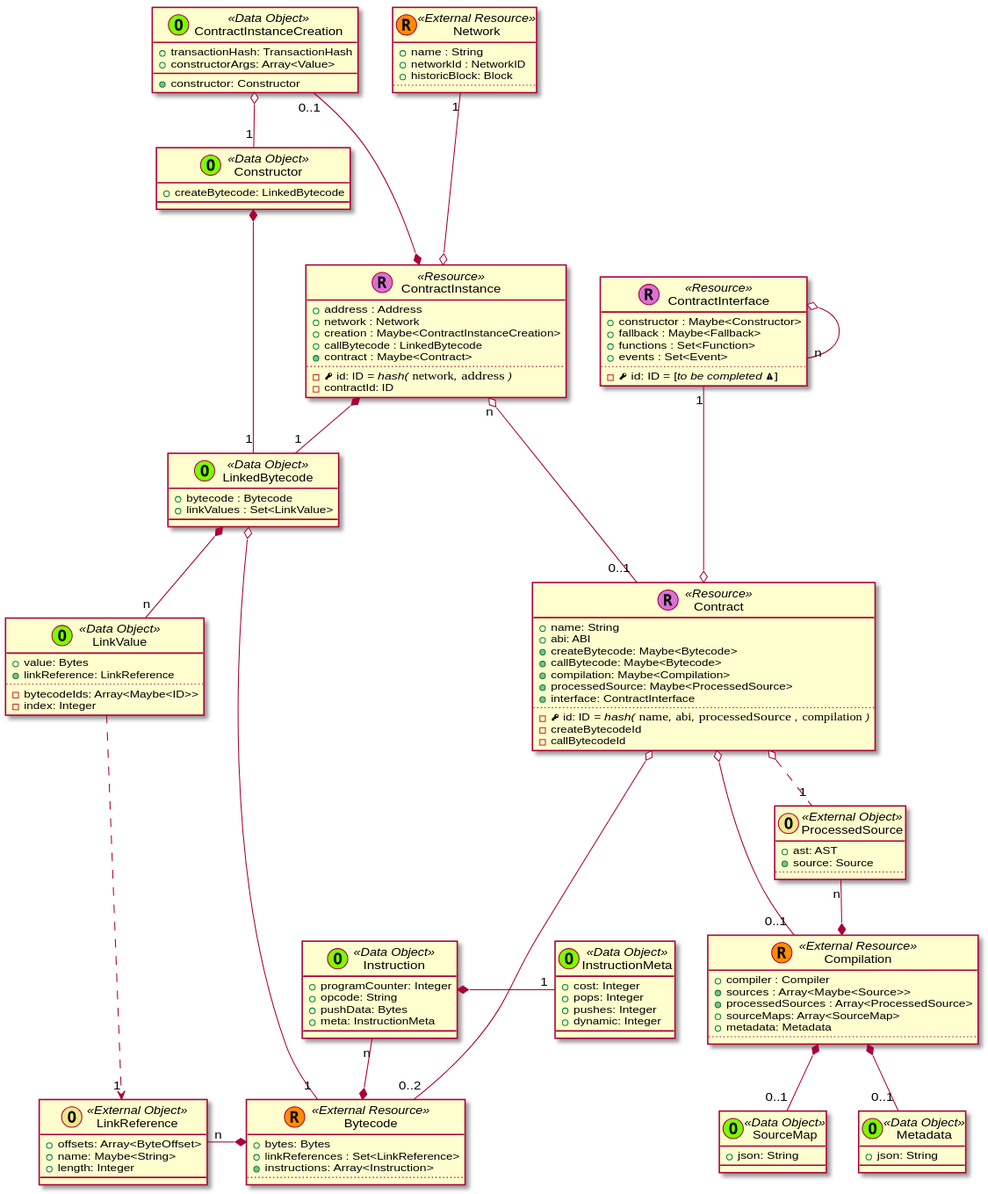
Before: contrib/trufflesuite/add-network-genealogy/_images/plantuml-b649dcaa87930366a2aff63a4e0f58b9bcdcd1de.svg, a diagram exported from PlantUML (trufflesuite/artifact-updates).
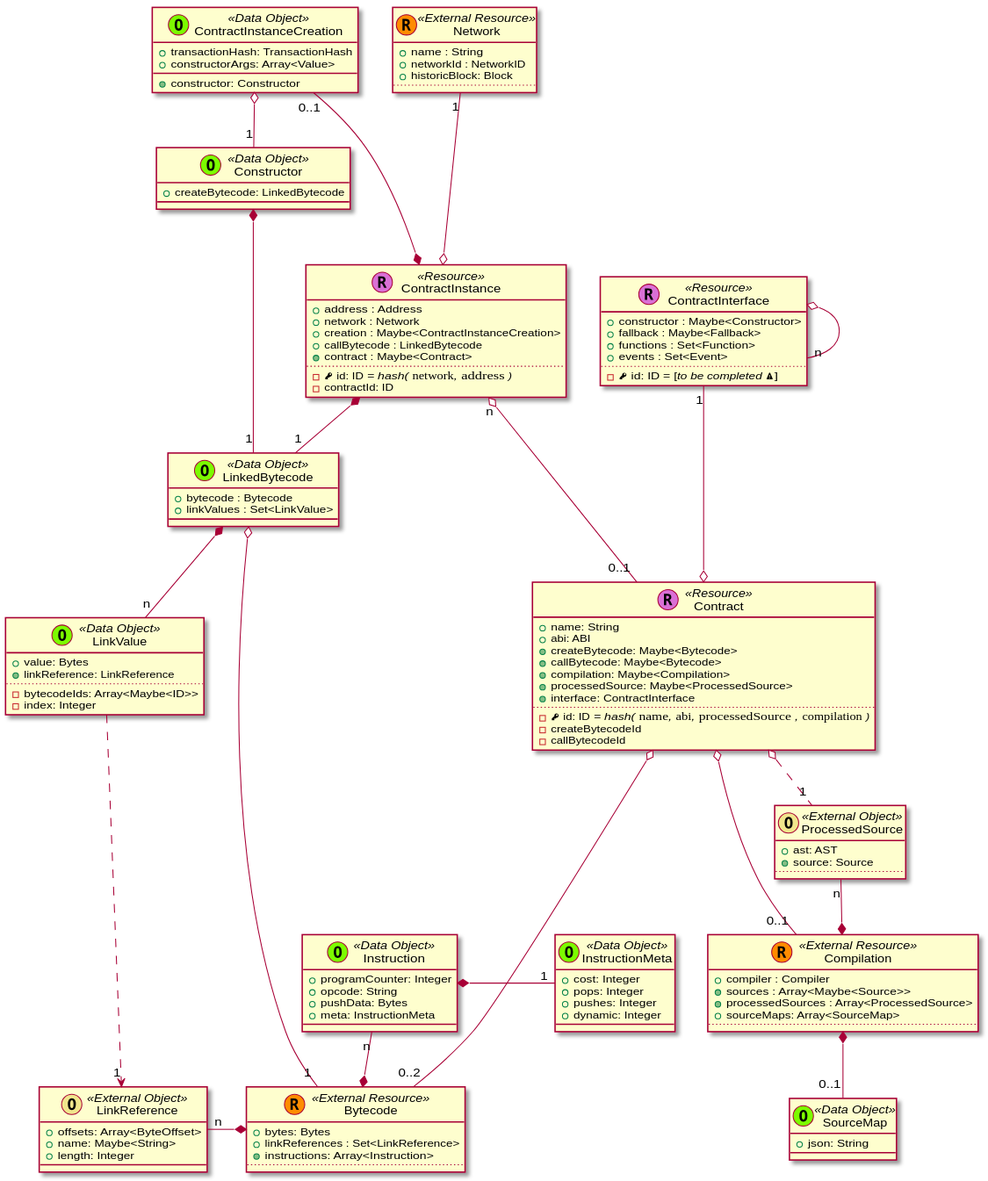
Above is the later version.

What changed in the source:
```diff
@@ -91,7 +91,6 @@
       + {method} sources : Array<Maybe<Source>>
       + {method} processedSources : Array<ProcessedSource>
       + sourceMaps: Array<SourceMap>
-      + metadata: Metadata
       ..
     }
 
@@ -148,10 +147,6 @@
 
 
 
-  class Metadata << (O,lawngreen) Data Object >> {
-    + json: String
-  }
-
 
 
 
@@ -190,7 +185,6 @@
 
   Compilation *-- "0..1" SourceMap
 
-  Compilation *-- "0..1" Metadata
 
 
 
```
